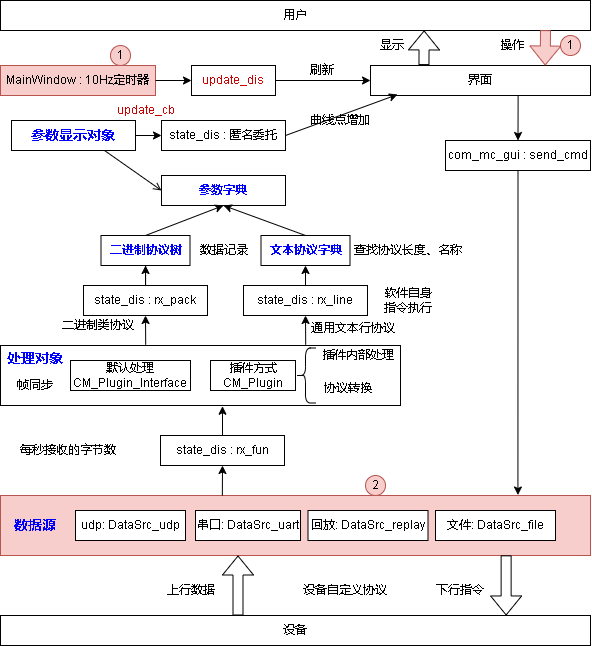
The draw.io diagram doc/draft/数据流程.png in yangzigy/com_mc, before a commit. Source tidied: cells renumbered, new cells last; positions are measured from the earlier drawing's top-left corner, leaving out a move shared by most shapes.
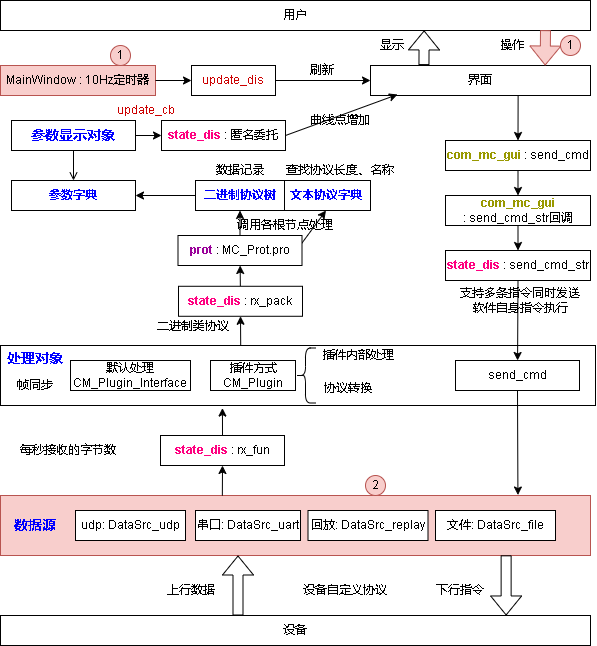
The same diagram one commit later.

What changed in the source:
```diff
@@ -32,14 +32,14 @@
     <mxCell id="10" value="每秒接收的字节数" style="text;html=1;strokeColor=none;fillColor=none;align=center;verticalAlign=middle;whiteSpace=wrap;rounded=0;" parent="1" vertex="1">
       <mxGeometry x="10" y="435" width="115" height="30" as="geometry" />
     </mxCell>
-    <mxCell id="11" value="state_dis :&amp;nbsp;rx_fun" style="rounded=0;whiteSpace=wrap;html=1;" parent="1" vertex="1">
+    <mxCell id="11" value="&lt;b&gt;&lt;font color=&quot;#ff0080&quot;&gt;state_dis&lt;/font&gt;&lt;/b&gt; :&amp;nbsp;rx_fun" style="rounded=0;whiteSpace=wrap;html=1;" parent="1" vertex="1">
       <mxGeometry x="160" y="435" width="124" height="30" as="geometry" />
     </mxCell>
     <mxCell id="12" style="endArrow=classic;html=1;rounded=0;entryX=0.5;entryY=1;entryDx=0;entryDy=0;exitX=0.376;exitY=0.002;exitDx=0;exitDy=0;exitPerimeter=0;" parent="1" edge="1" source="2" target="11">
       <mxGeometry relative="1" as="geometry" />
     </mxCell>
     <mxCell id="13" style="rounded=0;whiteSpace=wrap;html=1;fillColor=none;" parent="1" vertex="1">
-      <mxGeometry y="345" width="400" height="60" as="geometry" />
+      <mxGeometry y="345" width="595" height="60" as="geometry" />
     </mxCell>
     <mxCell id="14" value="默认处理&lt;br&gt;CM_Plugin_Interface" style="rounded=0;whiteSpace=wrap;html=1;" parent="1" vertex="1">
       <mxGeometry x="70" y="360" width="120" height="30" as="geometry" />
@@ -50,7 +50,7 @@
     <mxCell id="16" value="插件方式&lt;br&gt;CM_Plugin" style="rounded=0;whiteSpace=wrap;html=1;" parent="1" vertex="1">
       <mxGeometry x="210" y="360" width="85" height="30" as="geometry" />
     </mxCell>
-    <mxCell id="17" style="endArrow=classic;html=1;rounded=0;entryX=0.555;entryY=1.012;entryDx=0;entryDy=0;exitX=0.5;exitY=0;exitDx=0;exitDy=0;entryPerimeter=0;" parent="1" edge="1" source="11" target="13">
+    <mxCell id="17" style="endArrow=classic;html=1;rounded=0;entryX=0.373;entryY=1.043;entryDx=0;entryDy=0;exitX=0.5;exitY=0;exitDx=0;exitDy=0;entryPerimeter=0;" parent="1" edge="1" source="11" target="13">
       <mxGeometry relative="1" as="geometry" />
     </mxCell>
     <mxCell id="18" style="shape=curlyBracket;whiteSpace=wrap;html=1;rounded=1;fillColor=none;" parent="1" vertex="1">
@@ -65,34 +65,22 @@
     <mxCell id="21" value="设备自定义协议" style="text;html=1;strokeColor=none;fillColor=none;align=center;verticalAlign=middle;whiteSpace=wrap;rounded=0;" parent="1" vertex="1">
       <mxGeometry x="300" y="575" width="90" height="30" as="geometry" />
     </mxCell>
-    <mxCell id="22" value="通用文本行协议" style="text;html=1;strokeColor=none;fillColor=none;align=center;verticalAlign=middle;whiteSpace=wrap;rounded=0;" parent="1" vertex="1">
-      <mxGeometry x="305" y="312.5" width="95" height="30" as="geometry" />
-    </mxCell>
-    <mxCell id="23" value="state_dis :&amp;nbsp;rx_line" style="rounded=0;whiteSpace=wrap;html=1;" parent="1" vertex="1">
-      <mxGeometry x="243" y="285" width="124" height="30" as="geometry" />
-    </mxCell>
-    <mxCell id="24" style="endArrow=classic;html=1;rounded=0;entryX=0.5;entryY=1;entryDx=0;entryDy=0;exitX=0.763;exitY=-0.013;exitDx=0;exitDy=0;exitPerimeter=0;" parent="1" edge="1" source="13" target="23">
-      <mxGeometry relative="1" as="geometry" />
-    </mxCell>
-    <mxCell id="25" value="软件自身指令执行" style="text;html=1;strokeColor=none;fillColor=none;align=center;verticalAlign=middle;whiteSpace=wrap;rounded=0;" parent="1" vertex="1">
-      <mxGeometry x="380" y="285" width="55" height="30" as="geometry" />
+    <mxCell id="25" value="支持多条指令同时发送&lt;br&gt;软件自身指令执行" style="text;html=1;strokeColor=none;fillColor=none;align=center;verticalAlign=middle;whiteSpace=wrap;rounded=0;" parent="1" vertex="1">
+      <mxGeometry x="455" y="285" width="130" height="30" as="geometry" />
     </mxCell>
     <mxCell id="26" value="文本协议字典" style="rounded=0;whiteSpace=wrap;html=1;fontStyle=1;fontColor=#0000FF;" parent="1" vertex="1">
-      <mxGeometry x="260.5" y="235" width="89" height="30" as="geometry" />
+      <mxGeometry x="281" y="180" width="89" height="30" as="geometry" />
     </mxCell>
-    <mxCell id="27" style="endArrow=classic;html=1;rounded=0;entryX=0.5;entryY=1;entryDx=0;entryDy=0;exitX=0.5;exitY=0;exitDx=0;exitDy=0;" parent="1" edge="1" source="23" target="26">
+    <mxCell id="27" style="endArrow=classic;html=1;rounded=0;entryX=0.5;entryY=1;entryDx=0;entryDy=0;exitX=1;exitY=0.25;exitDx=0;exitDy=0;" parent="1" edge="1" source="73" target="26">
       <mxGeometry relative="1" as="geometry" />
     </mxCell>
     <mxCell id="28" value="查找协议长度、名称" style="text;html=1;strokeColor=none;fillColor=none;align=center;verticalAlign=middle;whiteSpace=wrap;rounded=0;" parent="1" vertex="1">
-      <mxGeometry x="352.5" y="235" width="110" height="30" as="geometry" />
+      <mxGeometry x="285" y="160" width="110" height="20" as="geometry" />
     </mxCell>
     <mxCell id="29" value="参数字典" style="rounded=0;whiteSpace=wrap;html=1;fontColor=#0000FF;fontStyle=1;" parent="1" vertex="1">
-      <mxGeometry x="161" y="175" width="124" height="30" as="geometry" />
+      <mxGeometry x="11" y="180" width="124" height="30" as="geometry" />
     </mxCell>
-    <mxCell id="30" style="endArrow=classic;html=1;rounded=0;entryX=0.5;entryY=1;entryDx=0;entryDy=0;exitX=0.5;exitY=0;exitDx=0;exitDy=0;" parent="1" edge="1" source="26" target="29">
-      <mxGeometry relative="1" as="geometry" />
-    </mxCell>
-    <mxCell id="31" value="state_dis : 匿名委托" style="rounded=0;whiteSpace=wrap;html=1;" parent="1" vertex="1">
+    <mxCell id="31" value="&lt;b&gt;&lt;font color=&quot;#ff0080&quot;&gt;state_dis&lt;/font&gt;&lt;/b&gt; : 匿名委托" style="rounded=0;whiteSpace=wrap;html=1;" parent="1" vertex="1">
       <mxGeometry x="161" y="120" width="124" height="30" as="geometry" />
     </mxCell>
     <mxCell id="32" value="update_cb" style="text;html=1;strokeColor=none;fillColor=none;align=center;verticalAlign=middle;whiteSpace=wrap;rounded=0;fontColor=#CC0000;" parent="1" vertex="1">
@@ -142,13 +130,16 @@
     <mxCell id="46" value="操作" style="text;html=1;strokeColor=none;fillColor=none;align=center;verticalAlign=middle;whiteSpace=wrap;rounded=0;" parent="1" vertex="1">
       <mxGeometry x="480" y="30" width="62.5" height="30" as="geometry" />
     </mxCell>
+    <mxCell id="66" style="edgeStyle=none;rounded=0;jettySize=auto;html=1;fontColor=#FF0080;" parent="1" edge="1" source="47" target="69">
+      <mxGeometry relative="1" as="geometry" />
+    </mxCell>
-    <mxCell id="47" value="com_mc_gui :&amp;nbsp;send_cmd" style="rounded=0;whiteSpace=wrap;html=1;" parent="1" vertex="1">
+    <mxCell id="47" value="&lt;b&gt;&lt;font color=&quot;#999900&quot;&gt;com_mc_gui&lt;/font&gt;&lt;/b&gt; :&amp;nbsp;send_cmd" style="rounded=0;whiteSpace=wrap;html=1;" parent="1" vertex="1">
       <mxGeometry x="445" y="140" width="145" height="30" as="geometry" />
     </mxCell>
     <mxCell id="48" style="endArrow=classic;html=1;rounded=0;entryX=0.5;entryY=0;entryDx=0;entryDy=0;exitX=0.671;exitY=1.006;exitDx=0;exitDy=0;exitPerimeter=0;" parent="1" edge="1" source="37" target="47">
       <mxGeometry relative="1" as="geometry" />
     </mxCell>
-    <mxCell id="49" style="endArrow=classic;html=1;rounded=0;exitX=0.5;exitY=1;exitDx=0;exitDy=0;entryX=0.877;entryY=-0.008;entryDx=0;entryDy=0;entryPerimeter=0;" parent="1" edge="1" source="47" target="2">
+    <mxCell id="49" style="endArrow=classic;html=1;rounded=0;entryX=0.877;entryY=-0.008;entryDx=0;entryDy=0;entryPerimeter=0;exitX=0.5;exitY=1;exitDx=0;exitDy=0;" parent="1" edge="1" source="72" target="2">
       <mxGeometry relative="1" as="geometry" />
     </mxCell>
     <mxCell id="50" style="shape=flexArrow;endArrow=classic;html=1;rounded=0;entryX=0.857;entryY=-0.001;entryDx=0;entryDy=0;entryPerimeter=0;exitX=0.857;exitY=0.997;exitDx=0;exitDy=0;exitPerimeter=0;" parent="1" edge="1" source="2" target="7">
@@ -161,33 +152,36 @@
       <mxGeometry x="10" y="370" width="50" height="30" as="geometry" />
     </mxCell>
     <mxCell id="53" value="数据记录" style="text;html=1;strokeColor=none;fillColor=none;align=center;verticalAlign=middle;whiteSpace=wrap;rounded=0;" parent="1" vertex="1">
-      <mxGeometry x="191" y="235" width="65" height="30" as="geometry" />
+      <mxGeometry x="207" y="160" width="65" height="20" as="geometry" />
     </mxCell>
-    <mxCell id="54" style="edgeStyle=orthogonalEdgeStyle;rounded=0;jettySize=auto;html=1;fontSize=14;fontColor=#0000FF;" parent="1" edge="1" source="55" target="58">
+    <mxCell id="54" style="rounded=0;jettySize=auto;html=1;fontSize=14;fontColor=#0000FF;exitX=0.5;exitY=0;exitDx=0;exitDy=0;" parent="1" edge="1" source="73" target="58">
       <mxGeometry relative="1" as="geometry" />
     </mxCell>
+    <mxCell id="67" style="edgeStyle=none;rounded=0;jettySize=auto;html=1;fontColor=#990099;" parent="1" edge="1" source="55" target="73">
+      <mxGeometry relative="1" as="geometry" />
+    </mxCell>
-    <mxCell id="55" value="state_dis :&amp;nbsp;rx_pack" style="rounded=0;whiteSpace=wrap;html=1;" parent="1" vertex="1">
-      <mxGeometry x="83" y="285" width="124" height="30" as="geometry" />
+    <mxCell id="55" value="&lt;b&gt;&lt;font color=&quot;#ff0080&quot;&gt;state_dis&lt;/font&gt;&lt;/b&gt; :&amp;nbsp;rx_pack" style="rounded=0;whiteSpace=wrap;html=1;" parent="1" vertex="1">
+      <mxGeometry x="178" y="285.8" width="124" height="30" as="geometry" />
     </mxCell>
     <mxCell id="56" style="endArrow=classic;html=1;rounded=0;entryX=0.5;entryY=1;entryDx=0;entryDy=0;exitX=0.763;exitY=-0.013;exitDx=0;exitDy=0;exitPerimeter=0;" parent="1" edge="1">
       <mxGeometry relative="1" as="geometry">
-        <mxPoint x="145.2" y="344.2" as="sourcePoint" />
-        <mxPoint x="145" y="315" as="targetPoint" />
+        <mxPoint x="240.2" y="345" as="sourcePoint" />
+        <mxPoint x="240" y="315.8" as="targetPoint" />
       </mxGeometry>
     </mxCell>
     <mxCell id="57" value="二进制类协议" style="text;html=1;strokeColor=none;fillColor=none;align=center;verticalAlign=middle;whiteSpace=wrap;rounded=0;" parent="1" vertex="1">
-      <mxGeometry x="60" y="310" width="75" height="30" as="geometry" />
+      <mxGeometry x="155" y="310.8" width="75" height="30" as="geometry" />
     </mxCell>
     <mxCell id="58" value="二进制协议树" style="rounded=0;whiteSpace=wrap;html=1;fontStyle=1;fontColor=#0000FF;" parent="1" vertex="1">
-      <mxGeometry x="100.5" y="235" width="89" height="30" as="geometry" />
+      <mxGeometry x="195" y="180" width="89" height="30" as="geometry" />
     </mxCell>
-    <mxCell id="59" style="endArrow=classic;html=1;rounded=0;entryX=0.5;entryY=1;entryDx=0;entryDy=0;exitX=0.5;exitY=0;exitDx=0;exitDy=0;" parent="1" edge="1" source="58" target="29">
+    <mxCell id="59" style="endArrow=classic;html=1;rounded=0;entryX=1;entryY=0.5;entryDx=0;entryDy=0;exitX=0;exitY=0.5;exitDx=0;exitDy=0;" parent="1" edge="1" source="58" target="29">
       <mxGeometry relative="1" as="geometry" />
     </mxCell>
     <mxCell id="60" value="&lt;span style=&quot;font-size: 14px&quot;&gt;参数显示对象&lt;/span&gt;" style="rounded=0;whiteSpace=wrap;html=1;fontColor=#0000FF;fontStyle=1;" parent="1" vertex="1">
       <mxGeometry x="11" y="120" width="124" height="30" as="geometry" />
     </mxCell>
-    <mxCell id="61" style="endArrow=open;html=1;rounded=0;entryX=0;entryY=0.5;entryDx=0;entryDy=0;exitX=0.75;exitY=1;exitDx=0;exitDy=0;endFill=0;" parent="1" edge="1" source="60" target="29">
+    <mxCell id="61" style="endArrow=open;html=1;rounded=0;entryX=0.5;entryY=0;entryDx=0;entryDy=0;exitX=0.5;exitY=1;exitDx=0;exitDy=0;endFill=0;" parent="1" edge="1" source="60" target="29">
       <mxGeometry relative="1" as="geometry" />
     </mxCell>
     <mxCell id="62" value="文件: DataSrc_file" style="rounded=0;whiteSpace=wrap;html=1;" parent="1" vertex="1">
@@ -202,5 +196,26 @@
     <mxCell id="65" value="2" style="ellipse;whiteSpace=wrap;html=1;fillColor=#f8cecc;strokeColor=#b85450;" parent="1" vertex="1">
       <mxGeometry x="365" y="475" width="20" height="20" as="geometry" />
     </mxCell>
+    <mxCell id="68" style="edgeStyle=none;rounded=0;jettySize=auto;html=1;fontColor=#FF0080;" parent="1" edge="1" source="69" target="70">
+      <mxGeometry relative="1" as="geometry" />
+    </mxCell>
+    <mxCell id="69" value="&lt;b&gt;&lt;font color=&quot;#999900&quot;&gt;com_mc_gui&lt;/font&gt;&lt;/b&gt; :&amp;nbsp;send_cmd_str回调" style="rounded=0;whiteSpace=wrap;html=1;" parent="1" vertex="1">
+      <mxGeometry x="445" y="195" width="145" height="30" as="geometry" />
+    </mxCell>
+    <mxCell id="70" value="&lt;b&gt;&lt;font color=&quot;#ff0080&quot;&gt;state_dis&lt;/font&gt;&lt;/b&gt;&amp;nbsp;:&amp;nbsp;send_cmd_str" style="rounded=0;whiteSpace=wrap;html=1;" parent="1" vertex="1">
+      <mxGeometry x="445" y="250" width="145" height="30" as="geometry" />
+    </mxCell>
+    <mxCell id="71" style="endArrow=classic;html=1;rounded=0;exitX=0.5;exitY=1;exitDx=0;exitDy=0;" parent="1" edge="1" source="70" target="72">
+      <mxGeometry relative="1" as="geometry" />
+    </mxCell>
+    <mxCell id="72" value="&lt;span style=&quot;font-weight: normal&quot;&gt;send_cmd&lt;/span&gt;" style="rounded=0;whiteSpace=wrap;html=1;fontStyle=1;" parent="1" vertex="1">
+      <mxGeometry x="455" y="360" width="124" height="30" as="geometry" />
+    </mxCell>
+    <mxCell id="73" value="&lt;b&gt;&lt;font color=&quot;#990099&quot;&gt;prot&lt;/font&gt;&lt;/b&gt; :&amp;nbsp;MC_Prot.pro" style="rounded=0;whiteSpace=wrap;html=1;" parent="1" vertex="1">
+      <mxGeometry x="177.5" y="235" width="124" height="30" as="geometry" />
+    </mxCell>
+    <mxCell id="74" value="调用各根节点处理" style="text;html=1;strokeColor=none;fillColor=none;align=center;verticalAlign=middle;whiteSpace=wrap;rounded=0;" parent="1" vertex="1">
+      <mxGeometry x="230" y="215" width="110" height="20" as="geometry" />
+    </mxCell>
   </root>
 </mxGraphModel>
```
